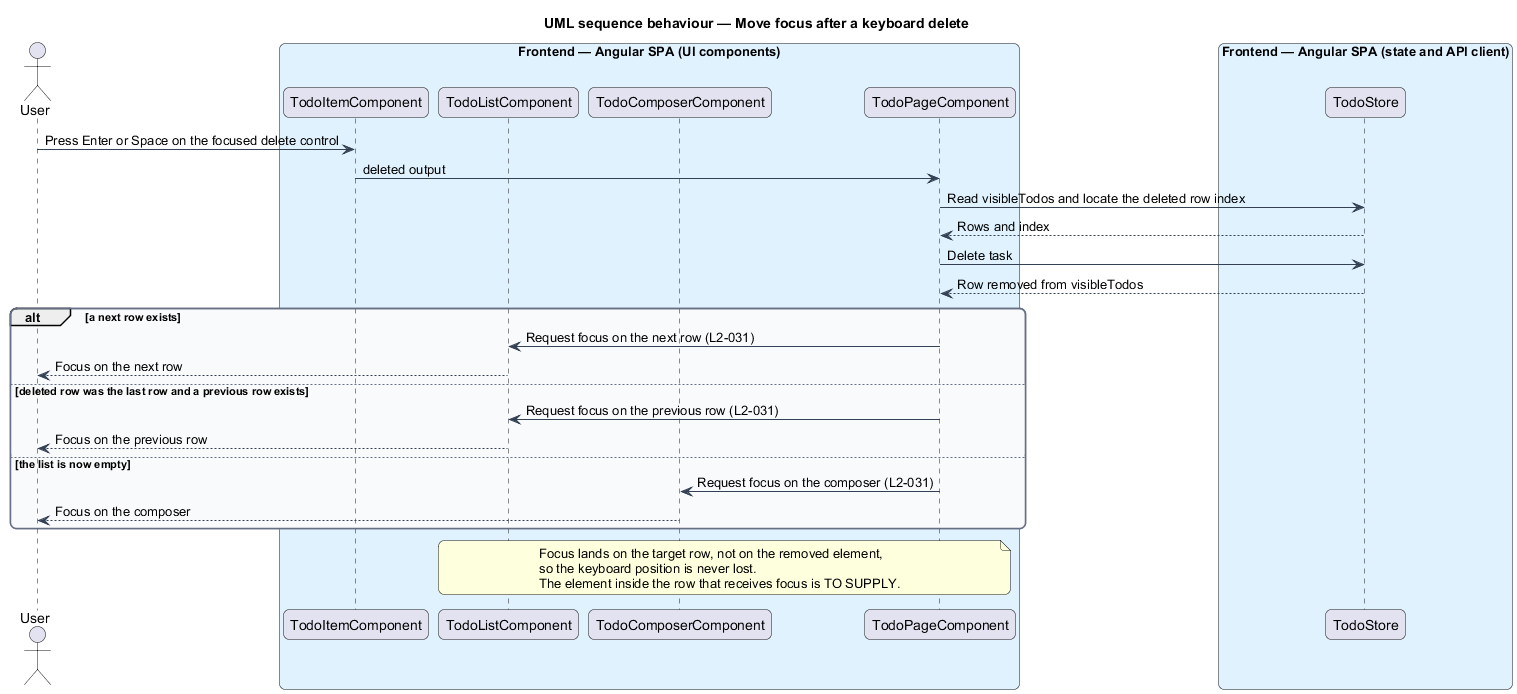
QuinntyneBrown/php-todo-lab keeps this PlantUML diagram as docs/detailed-designs/interface/accessible-interface/diagrams/sequence-keyboard-delete-focus.png. Above is the earlier version.
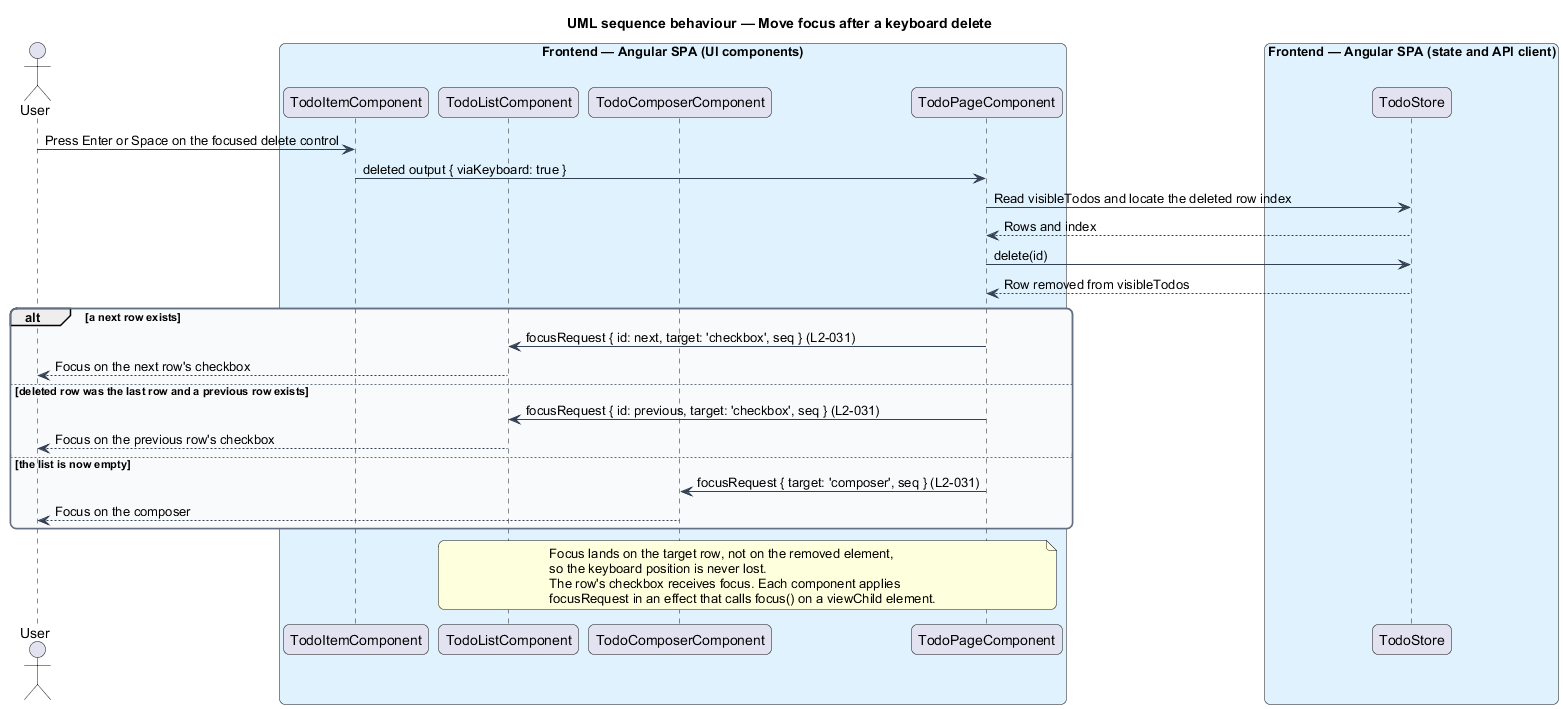
After the change.

Change to the diagram source:
```diff
@@ -25,24 +25,25 @@
   participant "TodoStore" as store
 end box
 user -> item : Press Enter or Space on the focused delete control
-item -> page : deleted output
+item -> page : deleted output { viaKeyboard: true }
 page -> store : Read visibleTodos and locate the deleted row index
 store --> page : Rows and index
-page -> store : Delete task
+page -> store : delete(id)
 store --> page : Row removed from visibleTodos
 alt a next row exists
-  page -> list : Request focus on the next row (L2-031)
-  list --> user : Focus on the next row
+  page -> list : focusRequest { id: next, target: 'checkbox', seq } (L2-031)
+  list --> user : Focus on the next row's checkbox
 else deleted row was the last row and a previous row exists
-  page -> list : Request focus on the previous row (L2-031)
-  list --> user : Focus on the previous row
+  page -> list : focusRequest { id: previous, target: 'checkbox', seq } (L2-031)
+  list --> user : Focus on the previous row's checkbox
 else the list is now empty
-  page -> composer : Request focus on the composer (L2-031)
+  page -> composer : focusRequest { target: 'composer', seq } (L2-031)
   composer --> user : Focus on the composer
 end
 note over page, list
   Focus lands on the target row, not on the removed element,
   so the keyboard position is never lost.
-  The element inside the row that receives focus is TO SUPPLY.
+  The row's checkbox receives focus. Each component applies
+  focusRequest in an effect that calls focus() on a viewChild element.
 end note
 @enduml
```
